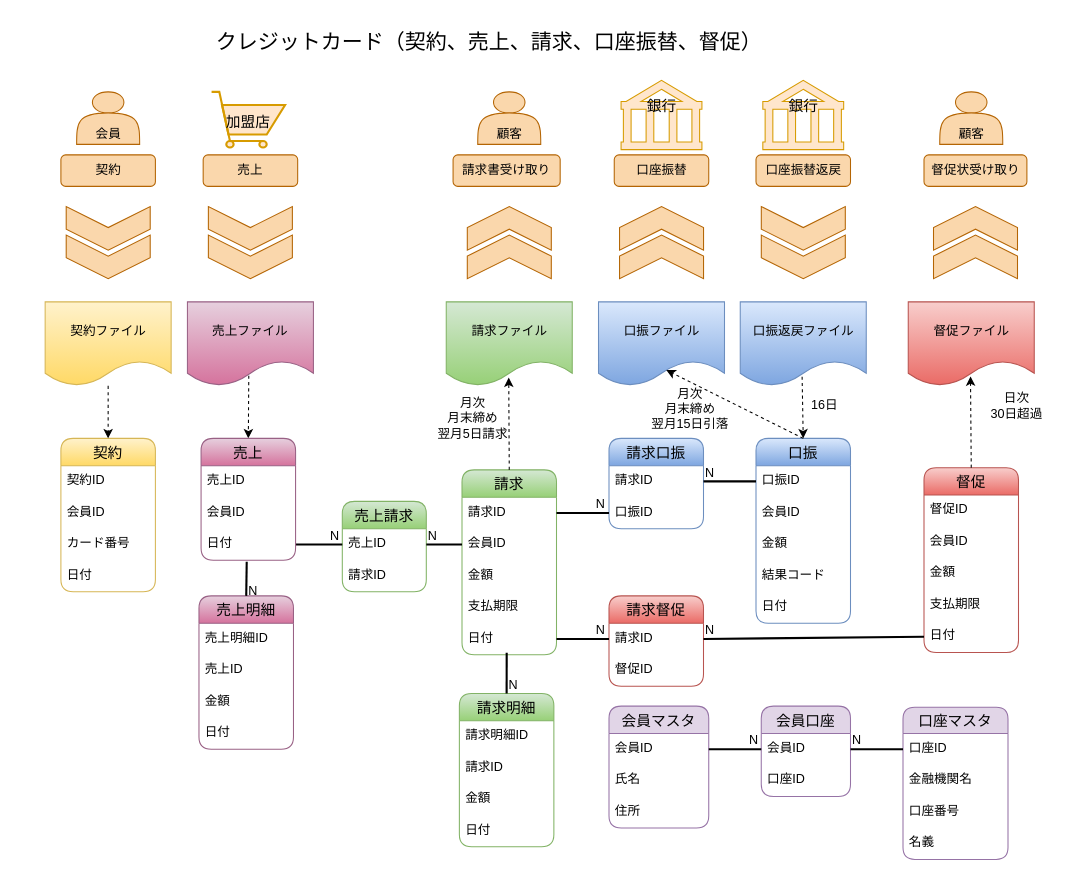
namickey/spring-boot3-batch-train keeps this draw.io diagram as card.drawio. Above is the earlier version. Source tidied: cells renumbered, new cells numbered last; positions are measured from the earlier drawing's top-left corner, leaving out a move shared by most shapes. Both pictures are drawn from the tidied source at 105%, with x=0, y=0 at pixel (18, 18).
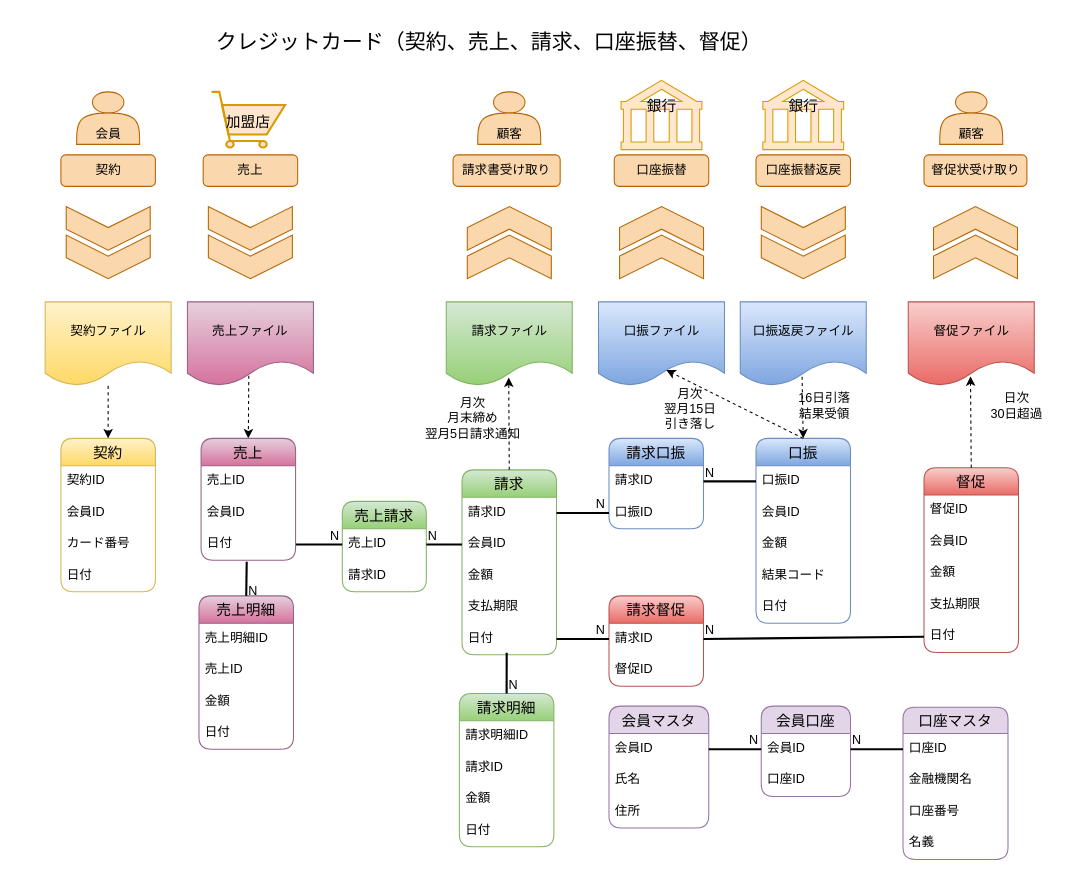
The same page after the edit.

Change to the diagram source:
```diff
@@
-    <mxCell id="70" value="月次&lt;br&gt;月末締め&lt;br&gt;翌月5日請求" style="text;html=1;strokeColor=none;fillColor=none;align=center;verticalAlign=middle;whiteSpace=wrap;rounded=0;fontColor=#000000;" parent="1" vertex="1">
+    <mxCell id="70" value="月次&lt;br&gt;月末締め&lt;br&gt;翌月5日請求通知" style="text;html=1;strokeColor=none;fillColor=none;align=center;verticalAlign=middle;whiteSpace=wrap;rounded=0;fontColor=#000000;" parent="1" vertex="1">
       <mxGeometry x="372.5" y="359" width="120" height="44" as="geometry" />
     </mxCell>
-    <mxCell id="71" value="16日" style="text;html=1;strokeColor=none;fillColor=none;align=center;verticalAlign=middle;whiteSpace=wrap;rounded=0;fontColor=#000000;" parent="1" vertex="1">
+    <mxCell id="71" value="16日引落&lt;div&gt;結果受領&lt;/div&gt;" style="text;html=1;strokeColor=none;fillColor=none;align=center;verticalAlign=middle;whiteSpace=wrap;rounded=0;fontColor=#000000;" parent="1" vertex="1">
       <mxGeometry x="737.5" y="354" width="60" height="30" as="geometry" />
     </mxCell>
@@
-    <mxCell id="97" value="月次&lt;br&gt;月末締め&lt;br&gt;翌月15日引落" style="text;html=1;strokeColor=none;fillColor=none;align=center;verticalAlign=middle;whiteSpace=wrap;rounded=0;fontColor=#000000;" parent="1" vertex="1">
+    <mxCell id="97" value="&lt;div&gt;月次&lt;/div&gt;翌月15日&lt;div&gt;引き落し&lt;/div&gt;" style="text;html=1;strokeColor=none;fillColor=none;align=center;verticalAlign=middle;whiteSpace=wrap;rounded=0;fontColor=#000000;" parent="1" vertex="1">
       <mxGeometry x="579.5" y="350" width="120" height="44" as="geometry" />
     </mxCell>
```
